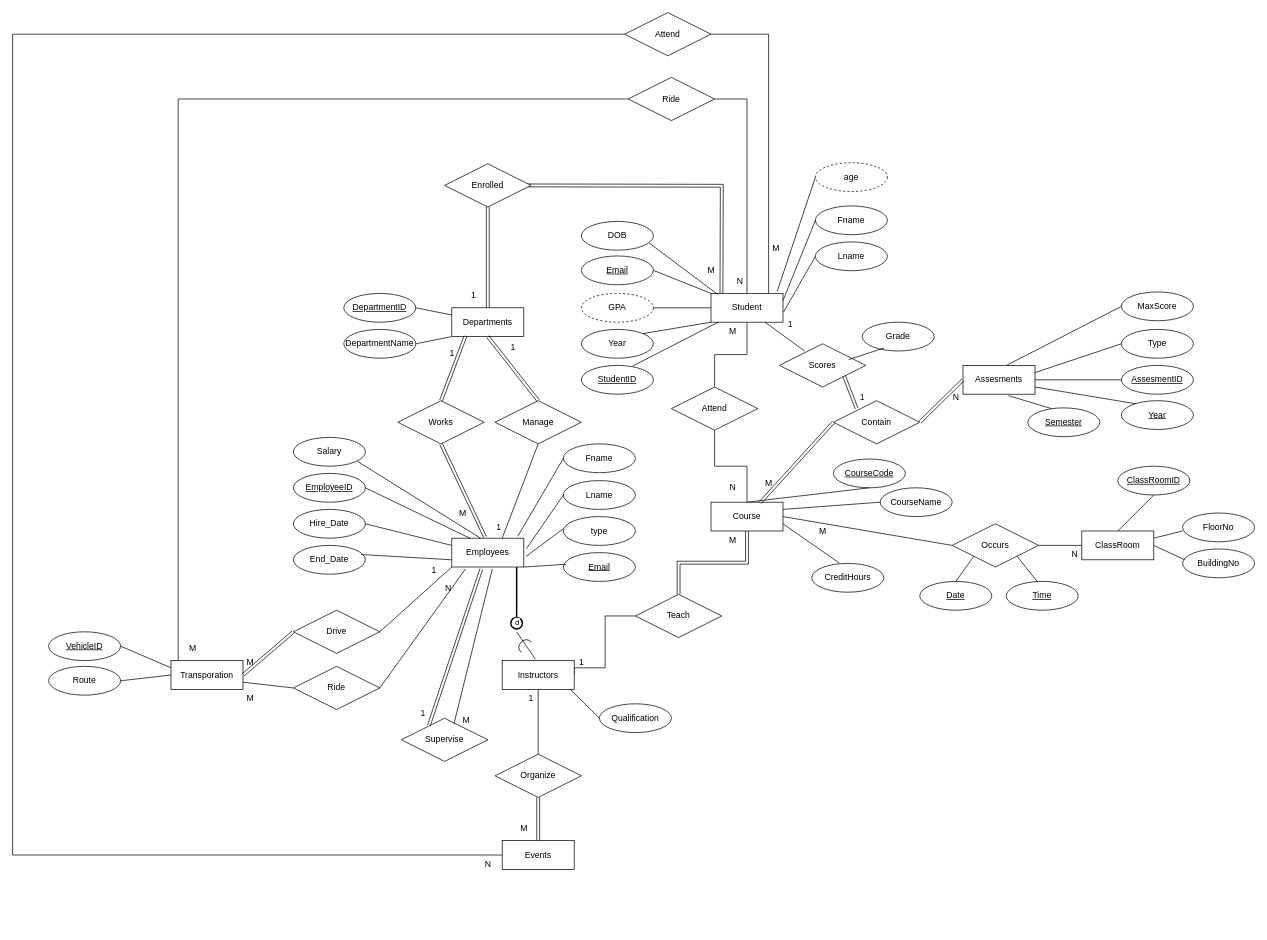
Before: FacultyERD.drawio in seiffmohamedd/University_DBMS, a draw.io diagram. Source tidied: cells renumbered, new cells numbered last; positions are measured from the earlier drawing's top-left corner, leaving out a move shared by most shapes. Both pictures are drawn from the tidied source at 72%, with x=0, y=0 at pixel (12, 12).
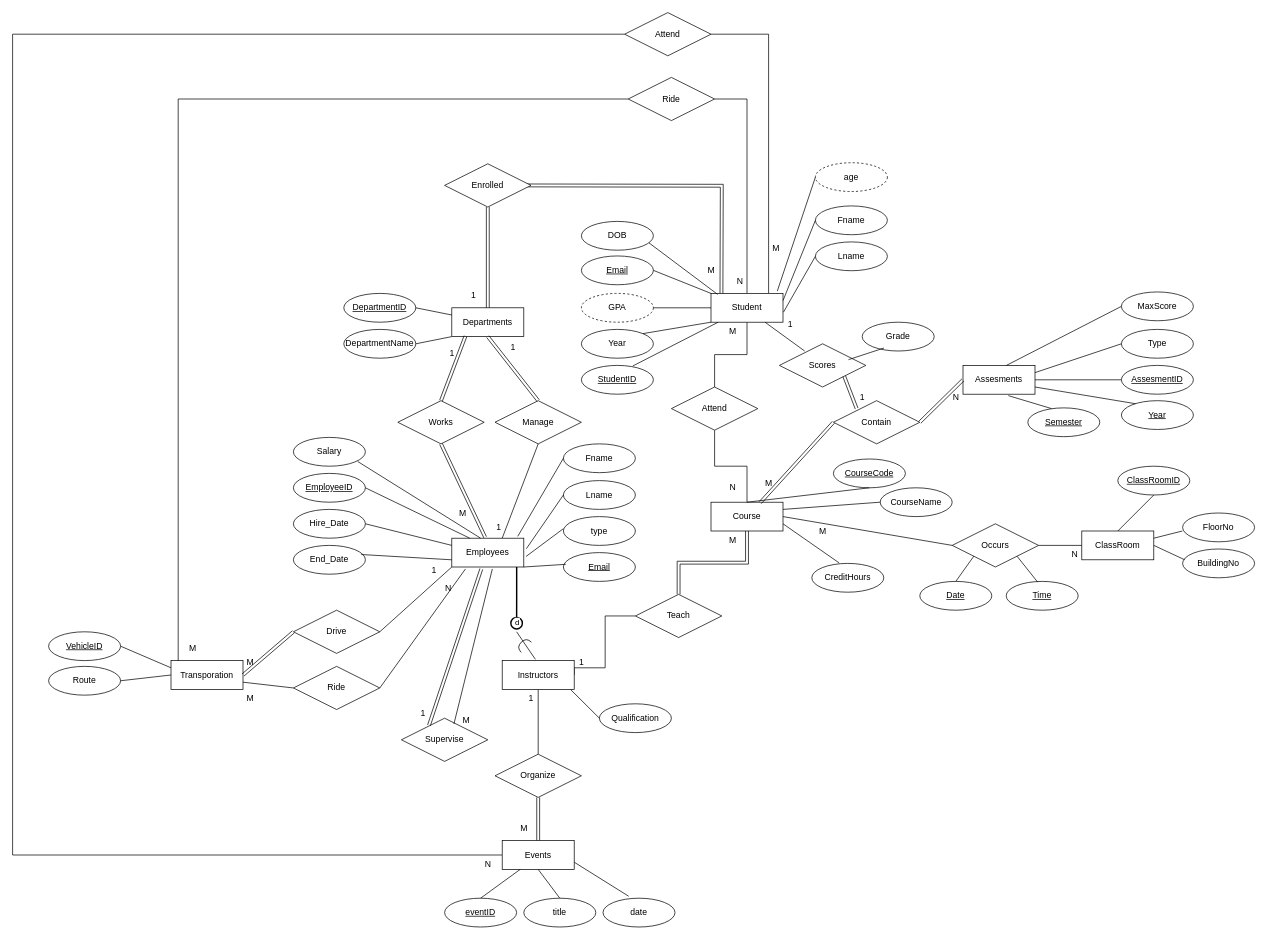
The same page after the edit.

Commit message (it also covers changes not shown here):
ERD Relations updated , Mapping done

The change refers to these unchanged cells:
```xml
<mxCell id="14" value="Events" style="whiteSpace=wrap;html=1;align=center;" parent="1" vertex="1">
  <mxGeometry x="680" y="1150" width="100" height="40" as="geometry" />
</mxCell>
```

The edit, as a diff of the source:
```diff
@@
+    <mxCell id="155" value="eventID" style="ellipse;whiteSpace=wrap;html=1;align=center;fontStyle=4;" parent="1" vertex="1">
+      <mxGeometry x="600" y="1230" width="100" height="40" as="geometry" />
+    </mxCell>
+    <mxCell id="156" value="title" style="ellipse;whiteSpace=wrap;html=1;align=center;" parent="1" vertex="1">
+      <mxGeometry x="710" y="1230" width="100" height="40" as="geometry" />
+    </mxCell>
+    <mxCell id="157" value="date" style="ellipse;whiteSpace=wrap;html=1;align=center;" parent="1" vertex="1">
+      <mxGeometry x="820" y="1230" width="100" height="40" as="geometry" />
+    </mxCell>
+    <mxCell id="158" style="endArrow=none;html=1;rounded=0;exitX=0.5;exitY=0;exitDx=0;exitDy=0;entryX=0.25;entryY=1;entryDx=0;entryDy=0;" parent="1" edge="1" source="155" target="14">
+      <mxGeometry relative="1" as="geometry" />
+    </mxCell>
+    <mxCell id="159" style="endArrow=none;html=1;rounded=0;exitX=0.5;exitY=1;exitDx=0;exitDy=0;entryX=0.5;entryY=0;entryDx=0;entryDy=0;" parent="1" edge="1" source="14" target="156">
+      <mxGeometry relative="1" as="geometry" />
+    </mxCell>
+    <mxCell id="160" style="endArrow=none;html=1;rounded=0;exitX=1;exitY=0.75;exitDx=0;exitDy=0;entryX=0.357;entryY=-0.067;entryDx=0;entryDy=0;entryPerimeter=0;" parent="1" edge="1" source="14" target="157">
+      <mxGeometry relative="1" as="geometry" />
+    </mxCell>
```
